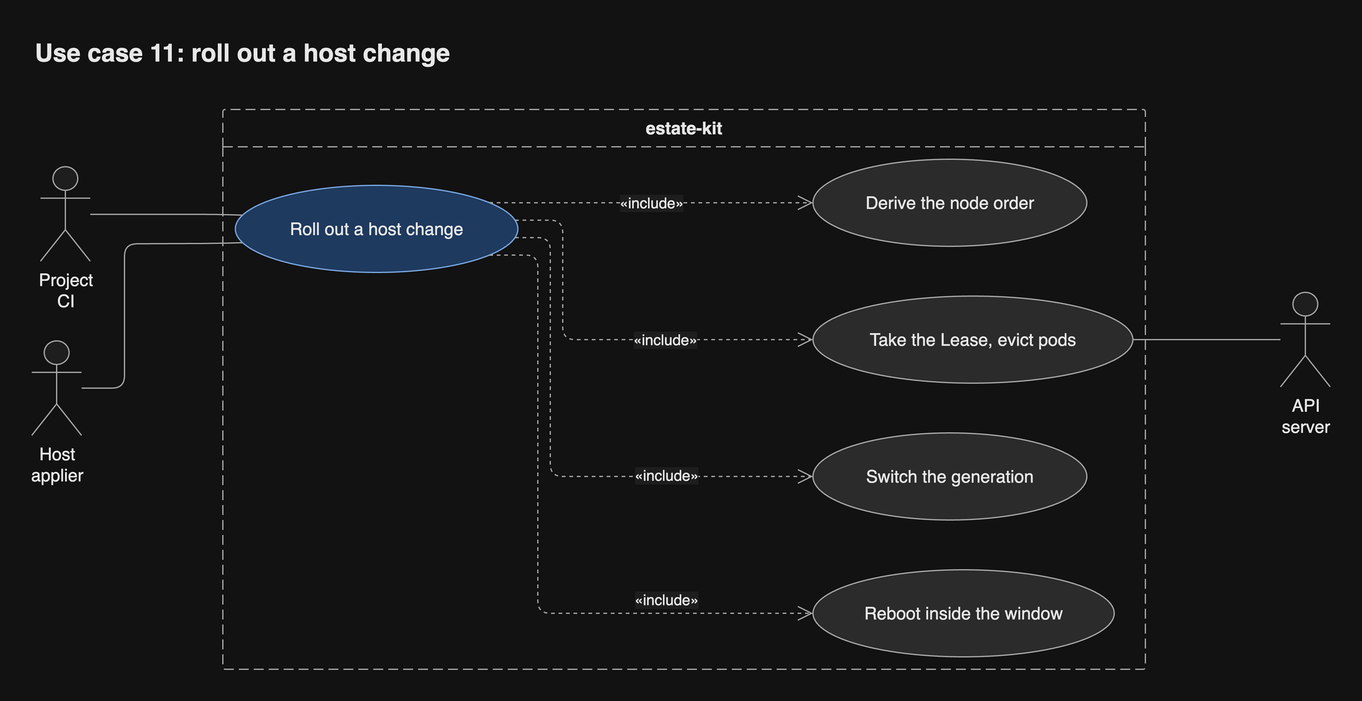
Earlier version of the draw.io export docs/diagrams/png/uc11-roll-out-hosts.png (JorisJonkers-dev/estate-kit). Source tidied: cells renumbered, new cells last; positions are measured from the earlier drawing's top-left corner, leaving out a move shared by most shapes.
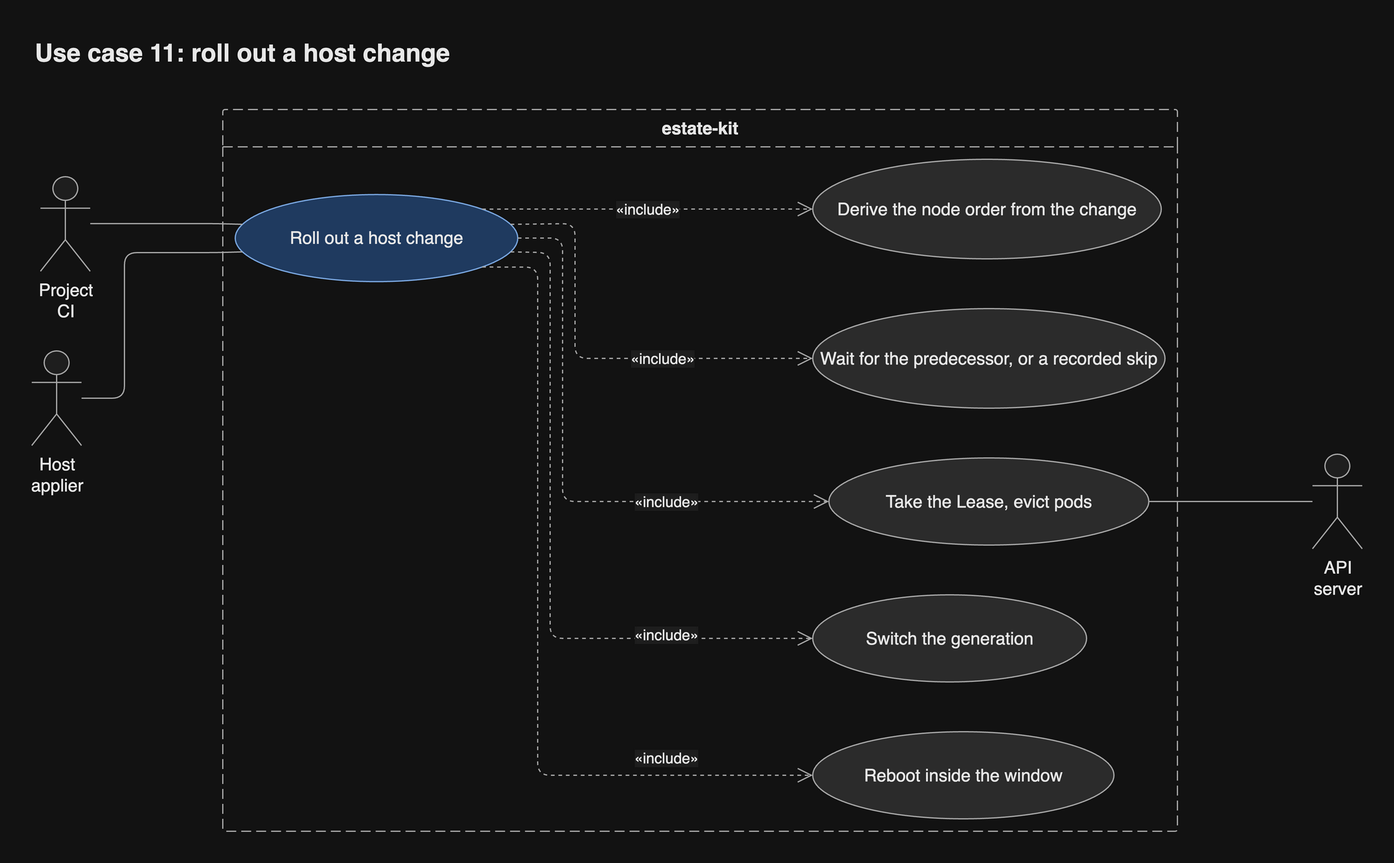
Later version of the same file.

Diff of the diagram source:
```diff
@@ -3,91 +3,103 @@
     <mxCell id="0" />
     <mxCell id="1" parent="0" />
     <mxCell id="2" value="estate-kit" style="swimlane;startSize=30;rounded=1;arcSize=4;absoluteArcSize=1;dashed=1;dashPattern=8 4;html=1;whiteSpace=wrap;fontSize=14;fontColor=light-dark(#1a1a1a,#e8e8e8);fontStyle=1;fillColor=none;swimlaneFillColor=none;strokeColor=light-dark(#666666,#a8a8a8);fontFamily=Helvetica;" parent="1" vertex="1">
-      <mxGeometry x="154" y="64" width="741" height="450" as="geometry" />
+      <mxGeometry x="154" y="64" width="767" height="580" as="geometry" />
     </mxCell>
     <mxCell id="3" value="Roll out a host change" style="ellipse;html=1;whiteSpace=wrap;fontSize=14;fontColor=light-dark(#1a1a1a,#e8e8e8);fillColor=light-dark(#dae8fc,#1f3a5f);strokeColor=light-dark(#6c8ebf,#7aa7e0);fontFamily=Helvetica;" parent="2" vertex="1">
-      <mxGeometry x="10" y="61" width="227" height="70" as="geometry" />
+      <mxGeometry x="10" y="68.3" width="227" height="70" as="geometry" />
     </mxCell>
-    <mxCell id="4" value="Derive the node order" style="ellipse;html=1;whiteSpace=wrap;fontSize=14;fontColor=light-dark(#1a1a1a,#e8e8e8);fillColor=light-dark(#f5f5f5,#2b2b2b);strokeColor=light-dark(#666666,#a8a8a8);fontFamily=Helvetica;" parent="2" vertex="1">
-      <mxGeometry x="474" y="40" width="220" height="70" as="geometry" />
+    <mxCell id="4" value="Derive the node order from the change" style="ellipse;html=1;whiteSpace=wrap;fontSize=14;fontColor=light-dark(#1a1a1a,#e8e8e8);fillColor=light-dark(#f5f5f5,#2b2b2b);strokeColor=light-dark(#666666,#a8a8a8);fontFamily=Helvetica;" parent="2" vertex="1">
+      <mxGeometry x="474" y="40" width="280" height="80" as="geometry" />
     </mxCell>
-    <mxCell id="5" value="Take the Lease, evict pods" style="ellipse;html=1;whiteSpace=wrap;fontSize=14;fontColor=light-dark(#1a1a1a,#e8e8e8);fillColor=light-dark(#f5f5f5,#2b2b2b);strokeColor=light-dark(#666666,#a8a8a8);fontFamily=Helvetica;" parent="2" vertex="1">
-      <mxGeometry x="474" y="150" width="257" height="70" as="geometry" />
+    <mxCell id="5" value="Wait for the predecessor, or a recorded skip" style="ellipse;html=1;whiteSpace=wrap;fontSize=14;fontColor=light-dark(#1a1a1a,#e8e8e8);fillColor=light-dark(#f5f5f5,#2b2b2b);strokeColor=light-dark(#666666,#a8a8a8);fontFamily=Helvetica;" parent="2" vertex="1">
+      <mxGeometry x="474" y="160" width="283" height="80" as="geometry" />
     </mxCell>
-    <mxCell id="6" value="Switch the generation" style="ellipse;html=1;whiteSpace=wrap;fontSize=14;fontColor=light-dark(#1a1a1a,#e8e8e8);fillColor=light-dark(#f5f5f5,#2b2b2b);strokeColor=light-dark(#666666,#a8a8a8);fontFamily=Helvetica;" parent="2" vertex="1">
-      <mxGeometry x="474" y="260" width="220" height="70" as="geometry" />
+    <mxCell id="6" value="Take the Lease, evict pods" style="ellipse;html=1;whiteSpace=wrap;fontSize=14;fontColor=light-dark(#1a1a1a,#e8e8e8);fillColor=light-dark(#f5f5f5,#2b2b2b);strokeColor=light-dark(#666666,#a8a8a8);fontFamily=Helvetica;" parent="2" vertex="1">
+      <mxGeometry x="487" y="280" width="257" height="70" as="geometry" />
     </mxCell>
-    <mxCell id="7" value="Reboot inside the window" style="ellipse;html=1;whiteSpace=wrap;fontSize=14;fontColor=light-dark(#1a1a1a,#e8e8e8);fillColor=light-dark(#f5f5f5,#2b2b2b);strokeColor=light-dark(#666666,#a8a8a8);fontFamily=Helvetica;" parent="2" vertex="1">
-      <mxGeometry x="474" y="370" width="242" height="70" as="geometry" />
+    <mxCell id="7" value="Switch the generation" style="ellipse;html=1;whiteSpace=wrap;fontSize=14;fontColor=light-dark(#1a1a1a,#e8e8e8);fillColor=light-dark(#f5f5f5,#2b2b2b);strokeColor=light-dark(#666666,#a8a8a8);fontFamily=Helvetica;" parent="2" vertex="1">
+      <mxGeometry x="474" y="390" width="220" height="70" as="geometry" />
     </mxCell>
+    <mxCell id="19" value="Reboot inside the window" style="ellipse;html=1;whiteSpace=wrap;fontSize=14;fontColor=light-dark(#1a1a1a,#e8e8e8);fillColor=light-dark(#f5f5f5,#2b2b2b);strokeColor=light-dark(#666666,#a8a8a8);fontFamily=Helvetica;" parent="2" vertex="1">
+      <mxGeometry x="474" y="500" width="242" height="70" as="geometry" />
+    </mxCell>
-    <mxCell id="8" value="«include»" style="html=1;rounded=1;fontSize=14;fontSize=12;fontColor=light-dark(#1a1a1a,#e8e8e8);strokeColor=light-dark(#666666,#a8a8a8);endArrow=open;endSize=10;dashed=1;noEdgeStyle=1;orthogonal=1;curved=0;exitX=0.9;exitY=0.2;entryX=0;entryY=0.5;fontFamily=Helvetica;labelBackgroundColor=light-dark(#ffffff,#1e1e1e);" parent="2" edge="1" source="3" target="4">
+    <mxCell id="8" value="«include»" style="html=1;rounded=1;fontSize=14;fontSize=12;fontColor=light-dark(#1a1a1a,#e8e8e8);strokeColor=light-dark(#666666,#a8a8a8);endArrow=open;endSize=10;dashed=1;noEdgeStyle=1;orthogonal=1;curved=0;exitX=0.8728;exitY=0.1667;entryX=0;entryY=0.5;fontFamily=Helvetica;labelBackgroundColor=light-dark(#ffffff,#1e1e1e);" parent="2" edge="1" source="3" target="4">
       <mxGeometry relative="1" as="geometry">
         <Array as="points">
-          <mxPoint x="237" y="75" />
+          <mxPoint x="237" y="80" />
         </Array>
       </mxGeometry>
     </mxCell>
-    <mxCell id="9" value="«include»" style="html=1;rounded=1;fontSize=14;fontSize=12;fontColor=light-dark(#1a1a1a,#e8e8e8);strokeColor=light-dark(#666666,#a8a8a8);endArrow=open;endSize=10;dashed=1;noEdgeStyle=1;orthogonal=1;curved=0;exitX=0.9899;exitY=0.4;entryX=0;entryY=0.5;fontFamily=Helvetica;labelBackgroundColor=light-dark(#ffffff,#1e1e1e);" parent="2" edge="1" source="3" target="5">
+    <mxCell id="9" value="«include»" style="html=1;rounded=1;fontSize=14;fontSize=12;fontColor=light-dark(#1a1a1a,#e8e8e8);strokeColor=light-dark(#666666,#a8a8a8);endArrow=open;endSize=10;dashed=1;noEdgeStyle=1;orthogonal=1;curved=0;exitX=0.9715;exitY=0.3334;entryX=0;entryY=0.5;fontFamily=Helvetica;labelBackgroundColor=light-dark(#ffffff,#1e1e1e);" parent="2" edge="1" source="3" target="5">
       <mxGeometry relative="1" as="geometry">
         <Array as="points">
-          <mxPoint x="273" y="89" />
-          <mxPoint x="273" y="185" />
+          <mxPoint x="283" y="91.7" />
+          <mxPoint x="283" y="200" />
         </Array>
-        <mxPoint x="48" as="offset" />
+        <mxPoint x="54.2" as="offset" />
       </mxGeometry>
     </mxCell>
-    <mxCell id="10" value="«include»" style="html=1;rounded=1;fontSize=14;fontSize=12;fontColor=light-dark(#1a1a1a,#e8e8e8);strokeColor=light-dark(#666666,#a8a8a8);endArrow=open;endSize=10;dashed=1;noEdgeStyle=1;orthogonal=1;curved=0;exitX=0.9899;exitY=0.6;entryX=0;entryY=0.5;fontFamily=Helvetica;labelBackgroundColor=light-dark(#ffffff,#1e1e1e);" parent="2" edge="1" source="3" target="6">
+    <mxCell id="10" value="«include»" style="html=1;rounded=1;fontSize=14;fontSize=12;fontColor=light-dark(#1a1a1a,#e8e8e8);strokeColor=light-dark(#666666,#a8a8a8);endArrow=open;endSize=10;dashed=1;curved=0;exitX=1;exitY=0.5;entryX=0;entryY=0.5;edgeStyle=orthogonalEdgeStyle;fontFamily=Helvetica;labelBackgroundColor=light-dark(#ffffff,#1e1e1e);" parent="2" edge="1" source="3" target="6">
       <mxGeometry relative="1" as="geometry">
         <Array as="points">
-          <mxPoint x="263" y="103" />
-          <mxPoint x="263" y="295" />
+          <mxPoint x="273" y="103.3" />
+          <mxPoint x="273" y="315" />
         </Array>
-        <mxPoint x="92.5" y="3.5" as="offset" />
+        <mxPoint x="82.5" y="16.8" as="offset" />
       </mxGeometry>
     </mxCell>
-    <mxCell id="11" value="«include»" style="html=1;rounded=1;fontSize=14;fontSize=12;fontColor=light-dark(#1a1a1a,#e8e8e8);strokeColor=light-dark(#666666,#a8a8a8);endArrow=open;endSize=10;dashed=1;noEdgeStyle=1;orthogonal=1;curved=0;exitX=0.9;exitY=0.8;entryX=0;entryY=0.5;fontFamily=Helvetica;labelBackgroundColor=light-dark(#ffffff,#1e1e1e);" parent="2" edge="1" source="3" target="7">
+    <mxCell id="11" value="«include»" style="html=1;rounded=1;fontSize=14;fontSize=12;fontColor=light-dark(#1a1a1a,#e8e8e8);strokeColor=light-dark(#666666,#a8a8a8);endArrow=open;endSize=10;dashed=1;noEdgeStyle=1;orthogonal=1;curved=0;exitX=0.9714;exitY=0.6667;entryX=0;entryY=0.5;fontFamily=Helvetica;labelBackgroundColor=light-dark(#ffffff,#1e1e1e);" parent="2" edge="1" source="3" target="7">
       <mxGeometry relative="1" as="geometry">
         <Array as="points">
-          <mxPoint x="253" y="117" />
-          <mxPoint x="253" y="405" />
+          <mxPoint x="263" y="115" />
+          <mxPoint x="263" y="425" />
         </Array>
-        <mxPoint x="102.5" y="41.5" as="offset" />
+        <mxPoint x="92.5" y="62.5" as="offset" />
       </mxGeometry>
     </mxCell>
+    <mxCell id="17" value="«include»" style="html=1;rounded=1;fontSize=14;fontSize=12;fontColor=light-dark(#1a1a1a,#e8e8e8);strokeColor=light-dark(#666666,#a8a8a8);endArrow=open;endSize=10;dashed=1;noEdgeStyle=1;orthogonal=1;curved=0;exitX=0.8727;exitY=0.8334;entryX=0;entryY=0.5;fontFamily=Helvetica;labelBackgroundColor=light-dark(#ffffff,#1e1e1e);" parent="2" edge="1" source="3" target="19">
+      <mxGeometry relative="1" as="geometry">
+        <Array as="points">
+          <mxPoint x="253" y="126.7" />
+          <mxPoint x="253" y="535" />
+        </Array>
+        <mxPoint x="102.5" y="101.7" as="offset" />
+      </mxGeometry>
+    </mxCell>
     <mxCell id="12" value="Project CI" style="shape=umlActor;verticalLabelPosition=bottom;verticalAlign=top;outlineConnect=0;html=1;whiteSpace=wrap;fontSize=14;fontColor=light-dark(#1a1a1a,#e8e8e8);fillColor=light-dark(#ffffff,#1e1e1e);strokeColor=light-dark(#666666,#a8a8a8);fontFamily=Helvetica;" parent="1" vertex="1">
-      <mxGeometry x="7.5" y="110" width="40" height="76" as="geometry" />
+      <mxGeometry x="7.5" y="118" width="40" height="76" as="geometry" />
     </mxCell>
     <mxCell id="13" value="Host applier" style="shape=umlActor;verticalLabelPosition=bottom;verticalAlign=top;outlineConnect=0;html=1;whiteSpace=wrap;fontSize=14;fontColor=light-dark(#1a1a1a,#e8e8e8);fillColor=light-dark(#ffffff,#1e1e1e);strokeColor=light-dark(#666666,#a8a8a8);fontFamily=Helvetica;" parent="1" vertex="1">
-      <mxGeometry x="0.5" y="250" width="40" height="76" as="geometry" />
+      <mxGeometry x="0.5" y="258" width="40" height="76" as="geometry" />
     </mxCell>
-    <mxCell id="14" style="html=1;rounded=1;fontSize=14;fontSize=12;fontColor=light-dark(#1a1a1a,#e8e8e8);strokeColor=light-dark(#666666,#a8a8a8);endArrow=none;noEdgeStyle=1;orthogonal=1;curved=0;exitX=1;exitY=0.5043;entryX=0.0286;entryY=0.3333;fontFamily=Helvetica;labelBackgroundColor=light-dark(#ffffff,#1e1e1e);" parent="1" edge="1" source="12" target="3">
+    <mxCell id="14" style="html=1;rounded=1;fontSize=14;fontSize=12;fontColor=light-dark(#1a1a1a,#e8e8e8);strokeColor=light-dark(#666666,#a8a8a8);endArrow=none;noEdgeStyle=1;orthogonal=1;curved=0;exitX=1;exitY=0.4957;entryX=0.0285;entryY=0.3334;fontFamily=Helvetica;labelBackgroundColor=light-dark(#ffffff,#1e1e1e);" parent="1" edge="1" source="12" target="3">
       <mxGeometry relative="1" as="geometry">
         <Array as="points">
-          <mxPoint x="149" y="148.3" />
+          <mxPoint x="149" y="155.7" />
         </Array>
       </mxGeometry>
     </mxCell>
     <mxCell id="15" style="html=1;rounded=1;fontSize=14;fontSize=12;fontColor=light-dark(#1a1a1a,#e8e8e8);strokeColor=light-dark(#666666,#a8a8a8);endArrow=none;noEdgeStyle=1;orthogonal=1;curved=0;exitX=1;exitY=0.5;entryX=0.0286;entryY=0.6667;fontFamily=Helvetica;labelBackgroundColor=light-dark(#ffffff,#1e1e1e);" parent="1" edge="1" source="13" target="3">
       <mxGeometry relative="1" as="geometry">
         <Array as="points">
-          <mxPoint x="75" y="288" />
-          <mxPoint x="75" y="172" />
-          <mxPoint x="149" y="171.7" />
+          <mxPoint x="75" y="296" />
+          <mxPoint x="75" y="179" />
+          <mxPoint x="149" y="179" />
         </Array>
       </mxGeometry>
     </mxCell>
     <mxCell id="16" value="API server" style="shape=umlActor;verticalLabelPosition=bottom;verticalAlign=top;outlineConnect=0;html=1;whiteSpace=wrap;fontSize=14;fontColor=light-dark(#1a1a1a,#e8e8e8);fillColor=light-dark(#ffffff,#1e1e1e);strokeColor=light-dark(#666666,#a8a8a8);fontFamily=Helvetica;" parent="1" vertex="1">
-      <mxGeometry x="1003.5" y="211" width="40" height="76" as="geometry" />
+      <mxGeometry x="1029.5" y="341" width="40" height="76" as="geometry" />
     </mxCell>
-    <mxCell id="17" style="html=1;rounded=1;fontSize=14;fontSize=12;fontColor=light-dark(#1a1a1a,#e8e8e8);strokeColor=light-dark(#666666,#a8a8a8);endArrow=none;curved=0;exitX=1;exitY=0.5;entryX=0;entryY=0.5;edgeStyle=orthogonalEdgeStyle;fontFamily=Helvetica;labelBackgroundColor=light-dark(#ffffff,#1e1e1e);" parent="1" edge="1" source="5" target="16">
-      <mxGeometry relative="1" as="geometry">
-        <Array as="points">
-          <mxPoint x="900" y="249" />
-        </Array>
-      </mxGeometry>
-    </mxCell>
+    <mxCell id="20" style="html=1;rounded=1;fontSize=14;fontSize=12;fontColor=light-dark(#1a1a1a,#e8e8e8);strokeColor=light-dark(#666666,#a8a8a8);endArrow=none;curved=0;exitX=1;exitY=0.5;entryX=0;entryY=0.5;edgeStyle=orthogonalEdgeStyle;fontFamily=Helvetica;labelBackgroundColor=light-dark(#ffffff,#1e1e1e);" parent="1" edge="1" source="6" target="16">
+      <mxGeometry relative="1" as="geometry">
+        <Array as="points">
+          <mxPoint x="926" y="379" />
+        </Array>
+      </mxGeometry>
+    </mxCell>
     <mxCell id="18" value="Use case 11: roll out a host change" style="text;html=1;whiteSpace=wrap;align=left;verticalAlign=middle;fontSize=20;fontStyle=1;fontColor=light-dark(#1a1a1a,#e8e8e8);fontFamily=Helvetica;" parent="1" vertex="1">
-      <mxGeometry x="0.5" width="1043" height="36" as="geometry" />
+      <mxGeometry x="0.5" width="1069" height="36" as="geometry" />
     </mxCell>
   </root>
 </mxGraphModel>
```
